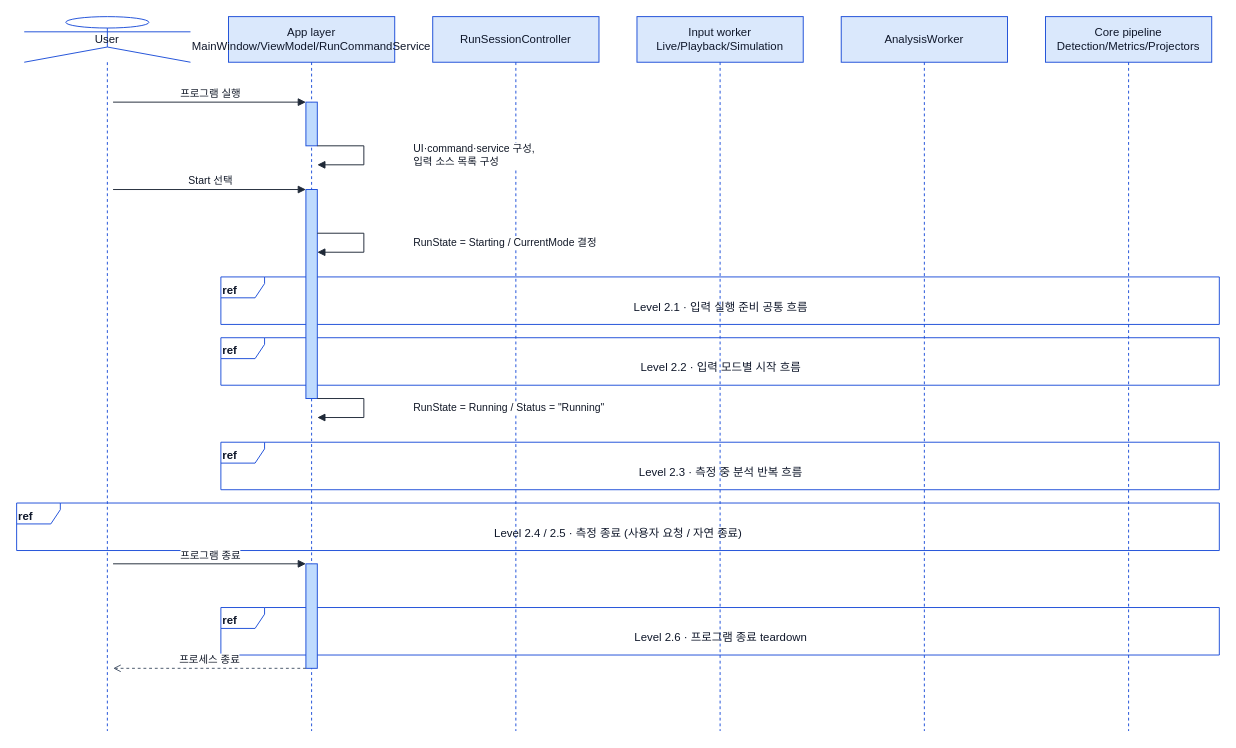
Before: page "Level 1 · 실행 수명주기 개요" (1 of 7) of docs/architecture/Sequence/sequence.drawio in Jae-hong-5/TimeGrapher-Net, a draw.io diagram. Source tidied: cells renumbered, new cells numbered last; positions are measured from the earlier drawing's top-left corner, leaving out a move shared by most shapes. Both pictures are drawn from the tidied source at 95%, with x=0, y=0 at pixel (16, 16).
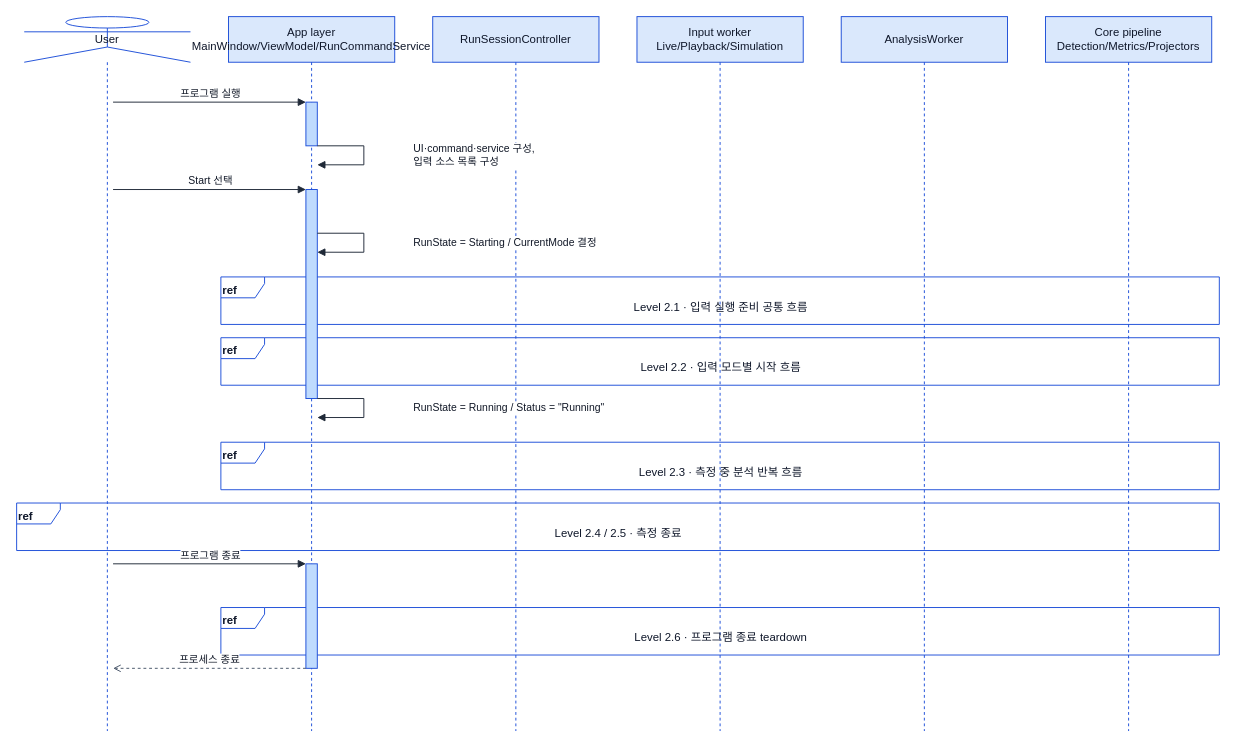
After the change.

The edit, as a diff of the source:
```diff
@@
-    <mxCell id="26" value="Level 2.4 / 2.5 · 측정 종료 (사용자 요청 / 자연 종료)" style="text;html=1;strokeColor=none;fillColor=none;align=center;verticalAlign=middle;fontSize=12;fontColor=#0f172a;" parent="1" vertex="1">
+    <mxCell id="26" value="Level 2.4 / 2.5 · 측정 종료" style="text;html=1;strokeColor=none;fillColor=none;align=center;verticalAlign=middle;fontSize=12;fontColor=#0f172a;" parent="1" vertex="1">
       <mxGeometry x="10" y="528" width="1246" height="32" as="geometry" />
     </mxCell>
```
